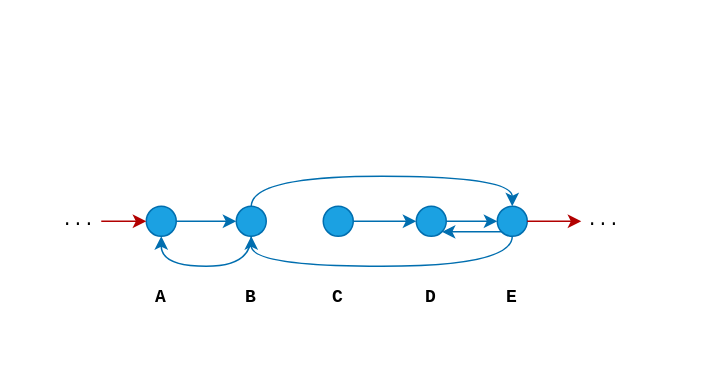
ZKX64/Textbook-graph keeps this draw.io diagram as Untitled Diagram3.drawio. Above is the earlier version. Source tidied: cells renumbered, new cells numbered last; positions are measured from the earlier drawing's top-left corner, leaving out a move shared by most shapes. Both pictures are drawn from the tidied source at 150%, with x=0, y=0 at pixel (40, 183).
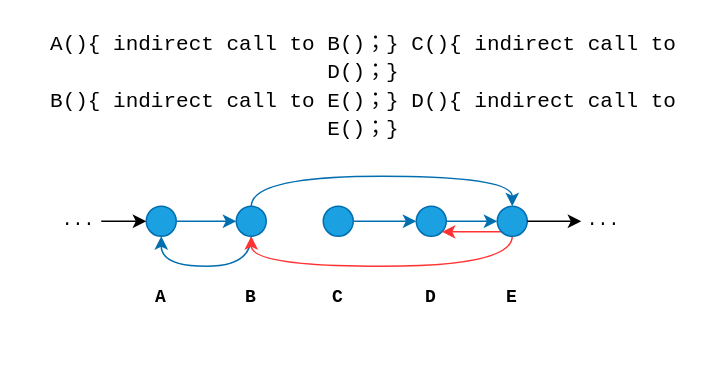
The same diagram, later.

Unchanged cells that the change refers to:
```xml
<mxCell id="3" style="ellipse;whiteSpace=wrap;html=1;strokeColor=#006EAF;fillColor=#1ba1e2;fontColor=#ffffff;" parent="1" vertex="1">
  <mxGeometry x="70" y="15" width="20" height="20" as="geometry" />
</mxCell>
<mxCell id="6" style="ellipse;whiteSpace=wrap;html=1;strokeColor=#006EAF;fillColor=#1ba1e2;fontColor=#ffffff;" parent="1" vertex="1">
  <mxGeometry x="130" y="15" width="20" height="20" as="geometry" />
</mxCell>
<mxCell id="10" style="ellipse;whiteSpace=wrap;html=1;strokeColor=#006EAF;fillColor=#1ba1e2;fontColor=#ffffff;" parent="1" vertex="1">
  <mxGeometry x="250" y="15" width="20" height="20" as="geometry" />
</mxCell>
<mxCell id="13" style="ellipse;whiteSpace=wrap;html=1;strokeColor=#006EAF;fillColor=#1ba1e2;fontColor=#ffffff;" parent="1" vertex="1">
  <mxGeometry x="304" y="15" width="20" height="20" as="geometry" />
</mxCell>
```

What changed in the source:
```diff
@@
-    <mxCell id="11" style="edgeStyle=orthogonalEdgeStyle;curved=1;rounded=0;jettySize=auto;html=1;exitX=0.5;exitY=1;exitDx=0;exitDy=0;entryX=0.5;entryY=1;entryDx=0;entryDy=0;fillColor=#1ba1e2;strokeColor=#006EAF;" parent="1" edge="1" source="13" target="6">
+    <mxCell id="11" style="edgeStyle=orthogonalEdgeStyle;curved=1;rounded=0;jettySize=auto;html=1;exitX=0.5;exitY=1;exitDx=0;exitDy=0;entryX=0.5;entryY=1;entryDx=0;entryDy=0;fillColor=#e51400;strokeColor=#FF3333;" parent="1" edge="1" source="13" target="6">
       <mxGeometry relative="1" as="geometry" />
     </mxCell>
-    <mxCell id="12" style="edgeStyle=orthogonalEdgeStyle;curved=1;rounded=0;jettySize=auto;html=1;exitX=0;exitY=1;exitDx=0;exitDy=0;entryX=1;entryY=1;entryDx=0;entryDy=0;fillColor=#1ba1e2;strokeColor=#006EAF;" parent="1" edge="1" source="13" target="10">
+    <mxCell id="12" style="edgeStyle=orthogonalEdgeStyle;curved=1;rounded=0;jettySize=auto;html=1;exitX=0;exitY=1;exitDx=0;exitDy=0;entryX=1;entryY=1;entryDx=0;entryDy=0;fillColor=#1ba1e2;strokeColor=#FF3333;" parent="1" edge="1" source="13" target="10">
       <mxGeometry relative="1" as="geometry" />
     </mxCell>
@@
-    <mxCell id="19" style="endArrow=classic;html=1;rounded=0;fontFamily=Courier New;curved=1;exitX=1;exitY=0.5;exitDx=0;exitDy=0;fillColor=#e51400;strokeColor=#B20000;" parent="1" edge="1" source="13">
+    <mxCell id="19" style="endArrow=classic;html=1;rounded=0;fontFamily=Courier New;curved=1;exitX=1;exitY=0.5;exitDx=0;exitDy=0;fillColor=#e51400;strokeColor=#000000;" parent="1" edge="1" source="13">
       <mxGeometry relative="1" as="geometry">
         <mxPoint x="360" y="25" as="targetPoint" />
       </mxGeometry>
     </mxCell>
@@
-    <mxCell id="21" style="endArrow=classic;html=1;rounded=0;fontFamily=Courier New;curved=1;fillColor=#e51400;strokeColor=#B20000;entryX=0;entryY=0.5;entryDx=0;entryDy=0;" parent="1" edge="1" target="3">
+    <mxCell id="21" style="endArrow=classic;html=1;rounded=0;fontFamily=Courier New;curved=1;fillColor=#1ba1e2;strokeColor=#000000;entryX=0;entryY=0.5;entryDx=0;entryDy=0;" parent="1" edge="1" target="3">
       <mxGeometry relative="1" as="geometry">
         <mxPoint x="40" y="25" as="sourcePoint" />
       </mxGeometry>
     </mxCell>
@@
+    <mxCell id="23" value="&lt;div style=&quot;font-family: Consolas, &amp;quot;Courier New&amp;quot;, monospace; font-size: 14px; line-height: 19px;&quot;&gt;&lt;div style=&quot;&quot;&gt;A(){ indirect call to B()；} C(){ indirect call to D()；} &lt;/div&gt;&lt;div style=&quot;&quot;&gt;B(){ indirect call to E()；} D(){ indirect call to E()；} &lt;/div&gt;&lt;/div&gt;" style="whiteSpace=wrap;html=1;strokeColor=none;fontFamily=Courier New;fillColor=none;" parent="1" vertex="1">
+      <mxGeometry x="-10" y="-105" width="450" height="80" as="geometry" />
+    </mxCell>
```
